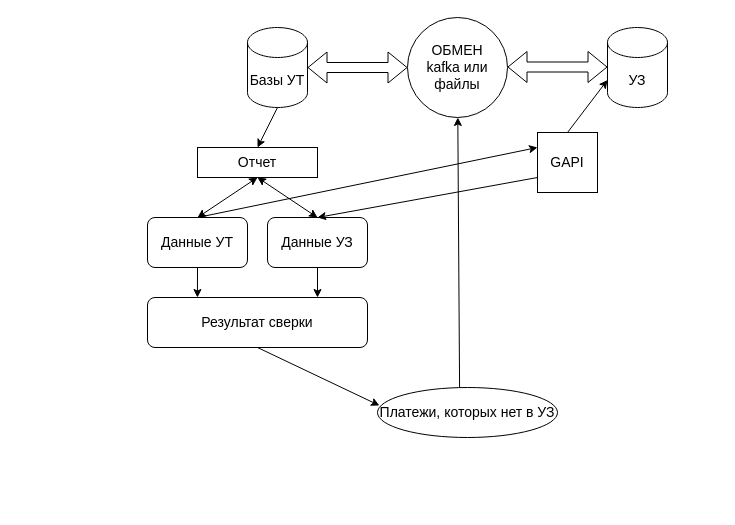
The draw.io diagram SchemeComparePayments_UT_UZ.drawio in GerasimenkoVV/TestGit, before the edit. Source tidied: cells renumbered, new cells numbered last; positions are measured from the earlier drawing's top-left corner, leaving out a move shared by most shapes. Both pictures are drawn from the tidied source at 100%, with x=0, y=0 at pixel (147, 17).
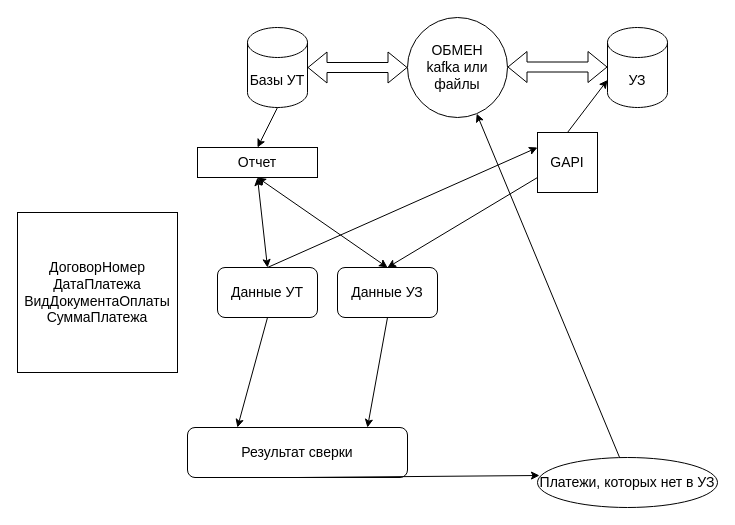
After the change.

The edit, as a diff of the source:
```diff
@@
     <mxCell id="5" value="Данные УТ&lt;br&gt;" style="rounded=1;whiteSpace=wrap;html=1;fontSize=14;" parent="1" vertex="1">
-      <mxGeometry y="200" width="100" height="50" as="geometry" />
+      <mxGeometry x="70" y="250" width="100" height="50" as="geometry" />
     </mxCell>
     <mxCell id="6" value="Данные УЗ" style="rounded=1;whiteSpace=wrap;html=1;fontSize=14;" parent="1" vertex="1">
-      <mxGeometry x="120" y="200" width="100" height="50" as="geometry" />
+      <mxGeometry x="190" y="250" width="100" height="50" as="geometry" />
     </mxCell>
     <mxCell id="7" value="Результат сверки" style="rounded=1;whiteSpace=wrap;html=1;fontSize=14;" parent="1" vertex="1">
-      <mxGeometry y="280" width="220" height="50" as="geometry" />
+      <mxGeometry x="40" y="410" width="220" height="50" as="geometry" />
     </mxCell>
     <mxCell id="8" value="Платежи, которых нет в УЗ&lt;br&gt;" style="ellipse;whiteSpace=wrap;html=1;fontSize=14;" parent="1" vertex="1">
-      <mxGeometry x="230" y="370" width="180" height="50" as="geometry" />
+      <mxGeometry x="390" y="440" width="180" height="50" as="geometry" />
     </mxCell>
@@
-    <mxCell id="13" style="endArrow=classic;html=1;rounded=0;fontSize=14;" parent="1" edge="1" target="5">
-      <mxGeometry relative="1" as="geometry">
-        <mxPoint x="25" y="250" as="sourcePoint" />
-      </mxGeometry>
-    </mxCell>
@@
-    <mxCell id="19" style="endArrow=classic;html=1;rounded=0;fontSize=14;exitX=0.5;exitY=1;exitDx=0;exitDy=0;" parent="1" edge="1" source="6">
-      <mxGeometry relative="1" as="geometry">
-        <mxPoint x="170" y="280" as="targetPoint" />
-      </mxGeometry>
+    <mxCell id="19" style="endArrow=classic;html=1;rounded=0;fontSize=14;exitX=0.5;exitY=1;exitDx=0;exitDy=0;entryX=0.818;entryY=0;entryDx=0;entryDy=0;entryPerimeter=0;" parent="1" edge="1" source="6" target="7">
+      <mxGeometry relative="1" as="geometry" />
     </mxCell>
@@
+    <mxCell id="24" value="ДоговорНомер&lt;br&gt;ДатаПлатежа&lt;br&gt;ВидДокументаОплаты&lt;br&gt;СуммаПлатежа" style="whiteSpace=wrap;html=1;fontSize=14;" parent="1" vertex="1">
+      <mxGeometry x="-130" y="195" width="160" height="160" as="geometry" />
+    </mxCell>
```
